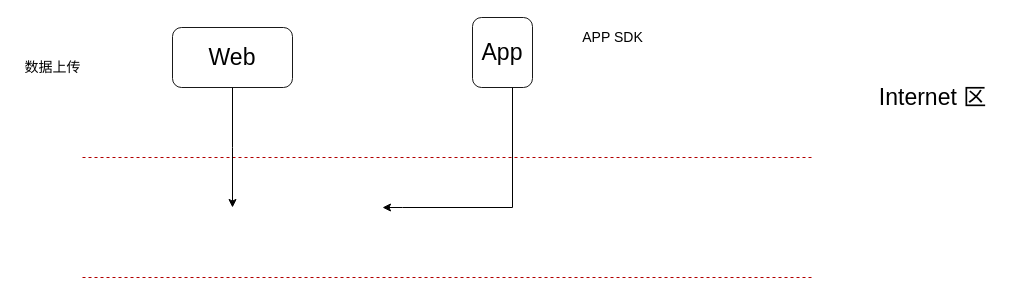
The draw.io diagram 通用平台上线.drawio in zeng0550/free-programming-books, before the edit. Source tidied: cells renumbered, new cells numbered last; positions are measured from the earlier drawing's top-left corner, leaving out a move shared by most shapes. Both pictures are drawn from the tidied source at 100%, with x=0, y=0 at pixel (17, 17).
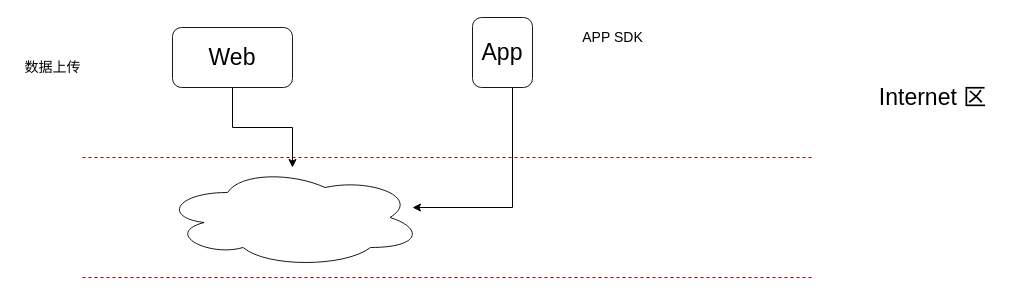
The same page after the edit.

Commit message (it also covers changes not shown here):
更新通用平台上线.drawio

The edit, as a diff of the source:
```diff
@@
 <mxGraphModel>
   <root>
     <mxCell id="0" />
     <mxCell id="1" parent="0" />
     <mxCell id="2" style="endArrow=none;dashed=1;html=1;rounded=0;fillColor=#e51400;strokeColor=#B20000;" parent="1" edge="1">
       <mxGeometry relative="1" as="geometry">
         <mxPoint x="65" y="140" as="sourcePoint" />
         <mxPoint x="795" y="140" as="targetPoint" />
       </mxGeometry>
     </mxCell>
     <mxCell id="3" style="endArrow=none;dashed=1;html=1;rounded=0;fillColor=#e51400;strokeColor=#B20000;" parent="1" edge="1">
       <mxGeometry relative="1" as="geometry">
         <mxPoint x="65" y="260" as="sourcePoint" />
         <mxPoint x="795" y="260" as="targetPoint" />
       </mxGeometry>
     </mxCell>
     <mxCell id="4" value="&lt;span style=&quot;font-size: 23px&quot;&gt;Internet 区&lt;/span&gt;" style="text;html=1;align=center;verticalAlign=middle;strokeColor=none;fillColor=none;strokeWidth=9;perimeterSpacing=7;opacity=90;" parent="1" vertex="1">
       <mxGeometry x="855" y="70" width="120" height="20" as="geometry" />
     </mxCell>
-    <mxCell id="5" style="edgeStyle=orthogonalEdgeStyle;rounded=0;jettySize=auto;html=1;exitX=0.5;exitY=1;exitDx=0;exitDy=0;fontSize=14;" parent="1" edge="1" source="6">
-      <mxGeometry relative="1" as="geometry">
-        <mxPoint x="215" y="190" as="targetPoint" />
-      </mxGeometry>
+    <mxCell id="5" style="edgeStyle=orthogonalEdgeStyle;rounded=0;jettySize=auto;html=1;exitX=0.5;exitY=1;exitDx=0;exitDy=0;fontSize=14;" parent="1" edge="1" source="6" target="11">
+      <mxGeometry relative="1" as="geometry" />
     </mxCell>
     <mxCell id="6" value="Web" style="rounded=1;whiteSpace=wrap;html=1;fontSize=23;strokeWidth=1;opacity=90;" parent="1" vertex="1">
       <mxGeometry x="155" y="10" width="120" height="60" as="geometry" />
     </mxCell>
     <mxCell id="7" style="edgeStyle=orthogonalEdgeStyle;rounded=0;jettySize=auto;html=1;fontSize=14;" parent="1" edge="1" source="8">
       <mxGeometry relative="1" as="geometry">
-        <mxPoint x="365" y="190" as="targetPoint" />
+        <mxPoint x="395" y="190" as="targetPoint" />
         <Array as="points">
           <mxPoint x="495" y="190" />
-          <mxPoint x="385" y="190" />
         </Array>
       </mxGeometry>
     </mxCell>
     <mxCell id="8" value="App" style="rounded=1;whiteSpace=wrap;html=1;fontSize=23;strokeWidth=1;opacity=90;" parent="1" vertex="1">
       <mxGeometry x="455" width="60" height="70" as="geometry" />
     </mxCell>
     <mxCell id="9" value="APP SDK" style="text;html=1;align=center;verticalAlign=middle;strokeColor=none;fillColor=none;fontSize=14;" parent="1" vertex="1">
       <mxGeometry x="555" y="10" width="80" height="20" as="geometry" />
     </mxCell>
     <mxCell id="10" value="数据上传" style="text;html=1;align=center;verticalAlign=middle;strokeColor=none;fillColor=none;fontSize=14;" parent="1" vertex="1">
       <mxGeometry y="40" width="70" height="20" as="geometry" />
     </mxCell>
+    <mxCell id="11" style="ellipse;shape=cloud;whiteSpace=wrap;html=1;fontSize=14;strokeWidth=1;opacity=90;" parent="1" vertex="1">
+      <mxGeometry x="145" y="150" width="260" height="100" as="geometry" />
+    </mxCell>
   </root>
 </mxGraphModel>
```
